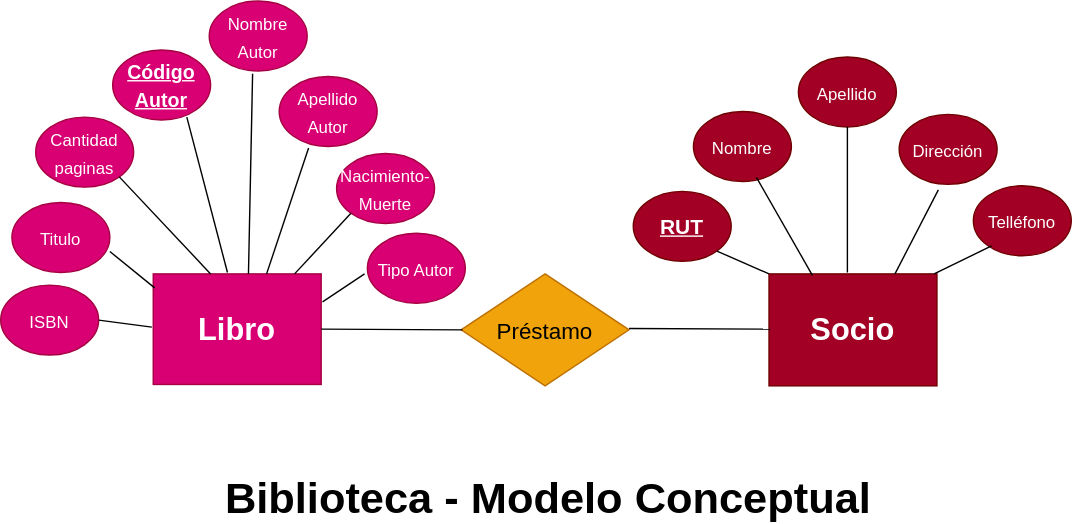
marcelomolinamartinez/prueba_biblioteca keeps this draw.io diagram as Modelo_conceptual.drawio.svg. Above is the earlier version. Source tidied: cells renumbered, new cells last; positions are measured from the earlier drawing's top-left corner, leaving out a move shared by most shapes.
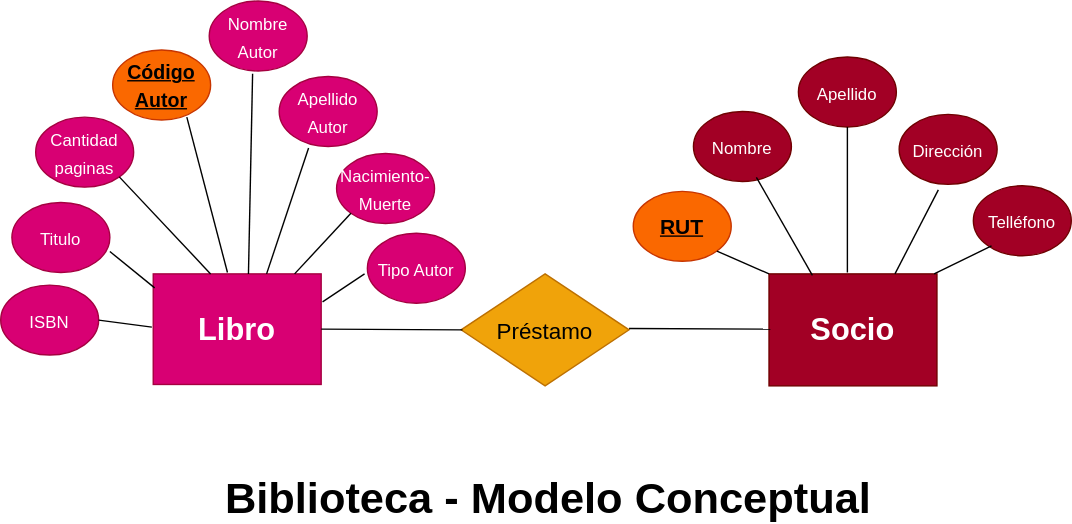
After the change.

What changed in the source:
```diff
@@ -28,7 +28,7 @@
     <mxCell id="8" value="&lt;font style=&quot;font-size: 12px&quot;&gt;Nombre Autor&lt;/font&gt;" style="ellipse;whiteSpace=wrap;html=1;fontSize=16;fillColor=#d80073;fontColor=#ffffff;strokeColor=#A50040;" parent="1" vertex="1">
       <mxGeometry x="149" width="70" height="50" as="geometry" />
     </mxCell>
-    <mxCell id="9" value="&lt;font size=&quot;1&quot;&gt;&lt;u&gt;&lt;b style=&quot;font-size: 14px&quot;&gt;Código Autor&lt;/b&gt;&lt;/u&gt;&lt;/font&gt;" style="ellipse;whiteSpace=wrap;html=1;fontSize=16;fillColor=#d80073;fontColor=#ffffff;strokeColor=#A50040;" parent="1" vertex="1">
+    <mxCell id="9" value="&lt;font size=&quot;1&quot;&gt;&lt;u&gt;&lt;b style=&quot;font-size: 14px&quot;&gt;Código Autor&lt;/b&gt;&lt;/u&gt;&lt;/font&gt;" style="ellipse;whiteSpace=wrap;html=1;fontSize=16;fillColor=#fa6800;fontColor=#000000;strokeColor=#C73500;" parent="1" vertex="1">
       <mxGeometry x="80" y="35" width="70" height="50" as="geometry" />
     </mxCell>
     <mxCell id="10" style="edgeStyle=orthogonalEdgeStyle;rounded=0;orthogonalLoop=1;jettySize=auto;html=1;exitX=0.5;exitY=1;exitDx=0;exitDy=0;fontSize=12;" parent="1" edge="1">
@@ -98,7 +98,7 @@
         <mxPoint x="108" y="233" as="targetPoint" />
       </mxGeometry>
     </mxCell>
-    <mxCell id="24" value="&lt;font size=&quot;1&quot;&gt;&lt;u&gt;&lt;b style=&quot;font-size: 15px&quot;&gt;RUT&lt;/b&gt;&lt;/u&gt;&lt;/font&gt;" style="ellipse;whiteSpace=wrap;html=1;fontSize=16;fillColor=#a20025;fontColor=#ffffff;strokeColor=#6F0000;" parent="1" vertex="1">
+    <mxCell id="24" value="&lt;font size=&quot;1&quot;&gt;&lt;u&gt;&lt;b style=&quot;font-size: 15px&quot;&gt;RUT&lt;/b&gt;&lt;/u&gt;&lt;/font&gt;" style="ellipse;whiteSpace=wrap;html=1;fontSize=16;fillColor=#fa6800;fontColor=#000000;strokeColor=#C73500;" parent="1" vertex="1">
       <mxGeometry x="452" y="136" width="70" height="50" as="geometry" />
     </mxCell>
     <mxCell id="25" value="&lt;font style=&quot;font-size: 12px&quot;&gt;Nombre&lt;/font&gt;" style="ellipse;whiteSpace=wrap;html=1;fontSize=16;fillColor=#a20025;fontColor=#ffffff;strokeColor=#6F0000;" parent="1" vertex="1">
```
